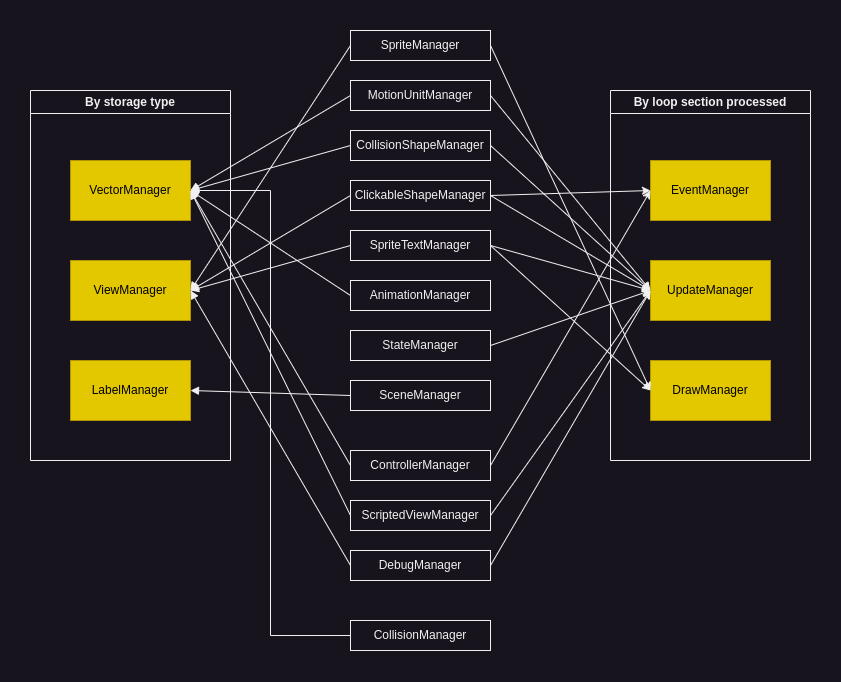
Before: notes/Managers.drawio.png, a diagram exported from draw.io (codeandjoy/SGE). Source tidied: cells renumbered, new cells last; positions are measured from the earlier drawing's top-left corner, leaving out a move shared by most shapes.
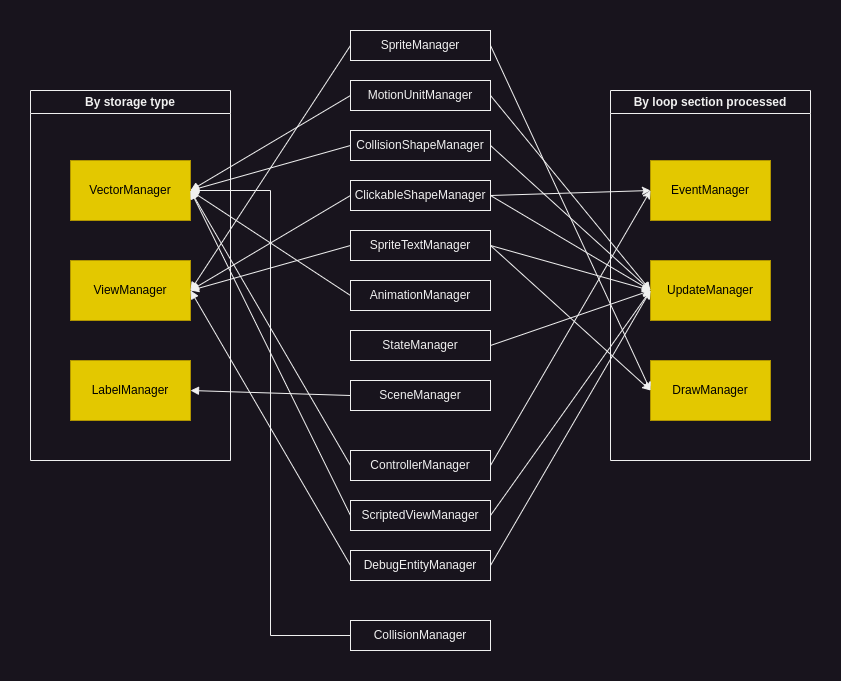
The same file after the commit.

Diff of the diagram source:
```diff
@@ -50,7 +50,7 @@
     <mxCell id="17" style="edgeStyle=none;rounded=0;jettySize=auto;html=1;exitX=1;exitY=0.5;exitDx=0;exitDy=0;entryX=0;entryY=0.5;entryDx=0;entryDy=0;" parent="1" edge="1" source="18" target="8">
       <mxGeometry relative="1" as="geometry" />
     </mxCell>
-    <mxCell id="18" value="DebugManager" style="rounded=0;whiteSpace=wrap;html=1;" parent="1" vertex="1">
+    <mxCell id="18" value="DebugEntityManager" style="rounded=0;whiteSpace=wrap;html=1;" parent="1" vertex="1">
       <mxGeometry x="320" y="520" width="140" height="30" as="geometry" />
     </mxCell>
     <mxCell id="19" style="edgeStyle=none;rounded=0;jettySize=auto;html=1;exitX=0;exitY=0.5;exitDx=0;exitDy=0;entryX=1;entryY=0.5;entryDx=0;entryDy=0;endArrow=block;endFill=1;jumpStyle=none;" parent="1" edge="1" source="21" target="4">
```
